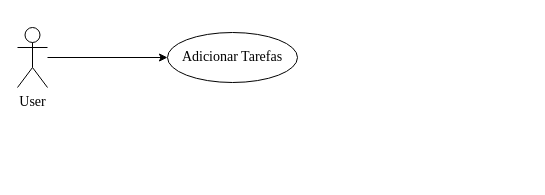
FelipeECass/ToDoList_LabDS keeps this draw.io diagram as page "CasoDeUso1" (1 of 3) of documents/DiagramasToDoList.drawio. Above is the earlier version. Source tidied: cells renumbered, new cells numbered last; positions are measured from the earlier drawing's top-left corner, leaving out a move shared by most shapes. Both pictures are drawn from the tidied source at 100%, with x=0, y=0 at pixel (17, 27).
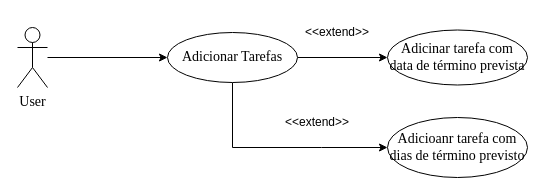
The same page after the edit.

Diff of the diagram source:
```diff
@@
 <mxGraphModel>
   <root>
     <mxCell id="0" />
     <mxCell id="1" parent="0" />
     <mxCell id="2" style="edgeStyle=orthogonalEdgeStyle;rounded=0;jettySize=auto;html=1;entryX=0;entryY=0.5;entryDx=0;entryDy=0;fontFamily=Times New Roman;fontSize=14;" parent="1" edge="1" source="3" target="4">
       <mxGeometry relative="1" as="geometry" />
     </mxCell>
     <mxCell id="3" value="User" style="shape=umlActor;verticalLabelPosition=bottom;verticalAlign=top;html=1;outlineConnect=0;fontFamily=Times New Roman;fontSize=14;" parent="1" vertex="1">
       <mxGeometry width="30" height="60" as="geometry" />
     </mxCell>
+    <mxCell id="5" style="edgeStyle=orthogonalEdgeStyle;rounded=0;jettySize=auto;html=1;" parent="1" edge="1" source="4" target="7">
+      <mxGeometry relative="1" as="geometry" />
+    </mxCell>
+    <mxCell id="6" style="edgeStyle=orthogonalEdgeStyle;rounded=0;jettySize=auto;html=1;" parent="1" edge="1" source="4" target="9">
+      <mxGeometry relative="1" as="geometry">
+        <Array as="points">
+          <mxPoint x="215" y="120" />
+          <mxPoint x="304" y="120" />
+        </Array>
+      </mxGeometry>
+    </mxCell>
     <mxCell id="4" value="Adicionar Tarefas" style="ellipse;whiteSpace=wrap;html=1;verticalAlign=middle;fontFamily=Times New Roman;fontSize=14;" parent="1" vertex="1">
       <mxGeometry x="150" y="5" width="130" height="50" as="geometry" />
     </mxCell>
+    <mxCell id="7" value="Adicinar tarefa com data de término prevista" style="ellipse;whiteSpace=wrap;html=1;verticalAlign=middle;fontFamily=Times New Roman;fontSize=14;" parent="1" vertex="1">
+      <mxGeometry x="370" y="2.5" width="140" height="55" as="geometry" />
+    </mxCell>
+    <mxCell id="8" value="&amp;lt;&amp;lt;extend&amp;gt;&amp;gt;" style="text;html=1;align=center;verticalAlign=middle;whiteSpace=wrap;rounded=0;" parent="1" vertex="1">
+      <mxGeometry x="290" y="-10" width="60" height="30" as="geometry" />
+    </mxCell>
+    <mxCell id="9" value="Adicioanr tarefa com dias de término previsto" style="ellipse;whiteSpace=wrap;html=1;verticalAlign=middle;fontFamily=Times New Roman;fontSize=14;" parent="1" vertex="1">
+      <mxGeometry x="370" y="90" width="140" height="60" as="geometry" />
+    </mxCell>
+    <mxCell id="10" value="&amp;lt;&amp;lt;extend&amp;gt;&amp;gt;" style="text;html=1;align=center;verticalAlign=middle;whiteSpace=wrap;rounded=0;" parent="1" vertex="1">
+      <mxGeometry x="270" y="80" width="60" height="30" as="geometry" />
+    </mxCell>
   </root>
 </mxGraphModel>
```
